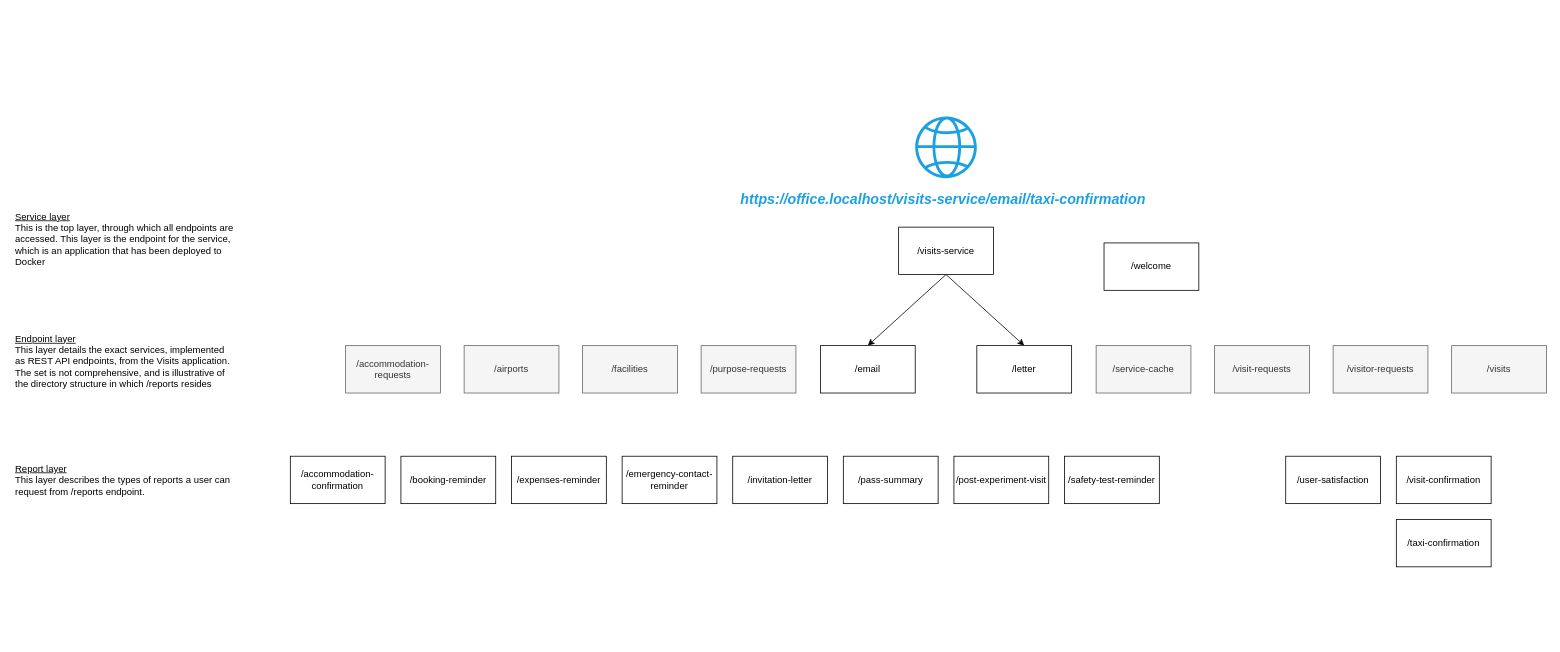
The draw.io diagram Service URL hierarchy.drawio in ambolt314/FinalProjectDesign, before the edit. Source tidied: cells renumbered, new cells numbered last; positions are measured from the earlier drawing's top-left corner, leaving out a move shared by most shapes. Both pictures are drawn from the tidied source at 79%, with x=0, y=0 at pixel (13, 116).
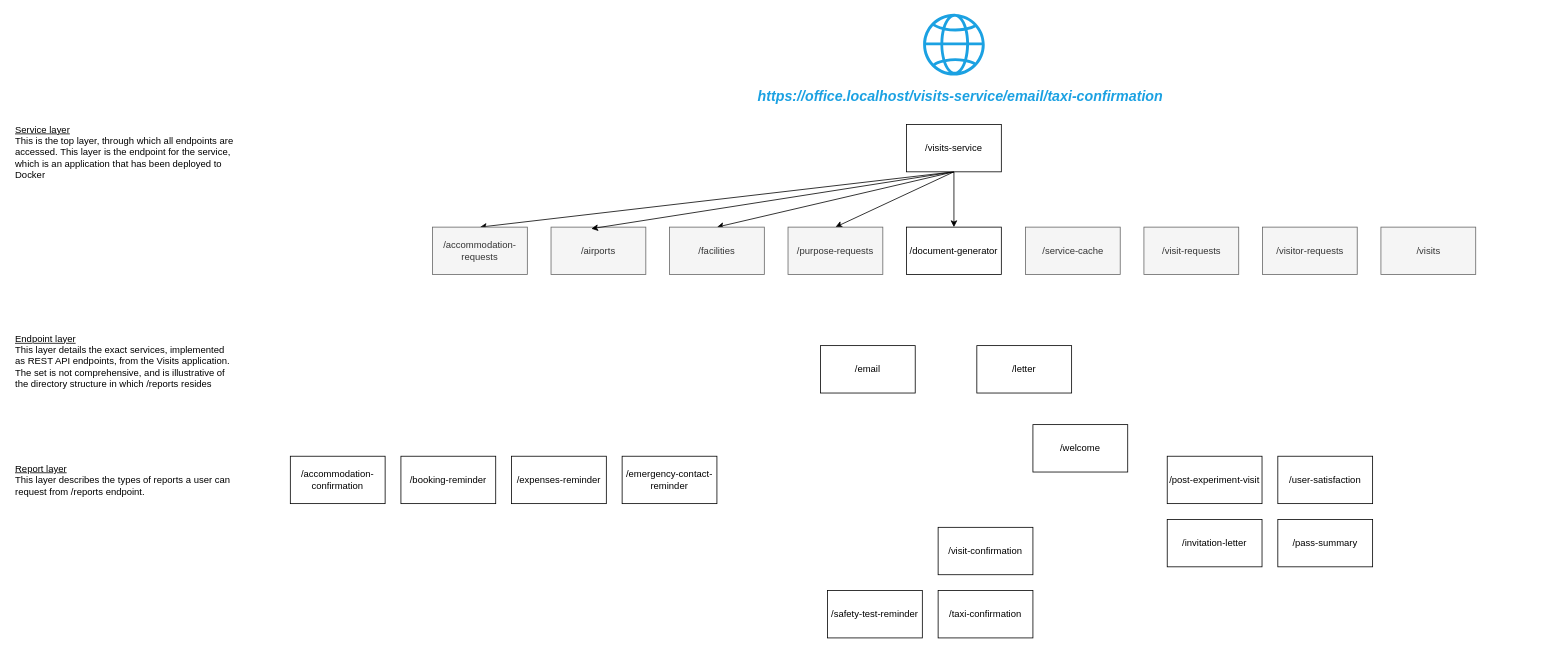
The same diagram, later.

Commit message:
Added intermediate layer

Unchanged cells that the change refers to:
```xml
<mxCell id="6" value="/email" style="rounded=0;whiteSpace=wrap;html=1;" parent="1" vertex="1">
  <mxGeometry x="1021" y="290" width="120" height="60" as="geometry" />
</mxCell>
<mxCell id="31" value="&lt;div&gt;/letter&lt;/div&gt;" style="rounded=0;whiteSpace=wrap;html=1;" parent="1" vertex="1">
  <mxGeometry x="1219" y="290" width="120" height="60" as="geometry" />
</mxCell>
```

What changed in the source:
```diff
@@
-    <mxCell id="2" style="edgeStyle=none;rounded=0;jettySize=auto;html=1;entryX=0.5;entryY=0;entryDx=0;entryDy=0;exitX=0.5;exitY=1;exitDx=0;exitDy=0;" parent="1" edge="1" source="4" target="6">
-      <mxGeometry relative="1" as="geometry" />
-    </mxCell>
-    <mxCell id="3" style="edgeStyle=none;rounded=0;jettySize=auto;html=1;entryX=0.5;entryY=0;entryDx=0;entryDy=0;exitX=0.5;exitY=1;exitDx=0;exitDy=0;" parent="1" edge="1" source="4" target="31">
-      <mxGeometry relative="1" as="geometry" />
-    </mxCell>
+    <mxCell id="32" style="edgeStyle=none;rounded=0;jettySize=auto;html=1;" parent="1" edge="1" source="4" target="36">
+      <mxGeometry relative="1" as="geometry" />
+    </mxCell>
+    <mxCell id="33" style="edgeStyle=none;rounded=0;jettySize=auto;html=1;entryX=0.5;entryY=0;entryDx=0;entryDy=0;exitX=0.5;exitY=1;exitDx=0;exitDy=0;" parent="1" edge="1" source="4" target="11">
+      <mxGeometry relative="1" as="geometry" />
+    </mxCell>
+    <mxCell id="34" style="edgeStyle=none;rounded=0;jettySize=auto;html=1;entryX=0.5;entryY=0;entryDx=0;entryDy=0;exitX=0.5;exitY=1;exitDx=0;exitDy=0;" parent="1" edge="1" source="4" target="10">
+      <mxGeometry relative="1" as="geometry" />
+    </mxCell>
+    <mxCell id="35" style="edgeStyle=none;rounded=0;jettySize=auto;html=1;entryX=0.5;entryY=0;entryDx=0;entryDy=0;exitX=0.5;exitY=1;exitDx=0;exitDy=0;" parent="1" edge="1" source="4" target="9">
+      <mxGeometry relative="1" as="geometry" />
+    </mxCell>
     <mxCell id="4" value="/visits-service" style="rounded=0;whiteSpace=wrap;html=1;" parent="1" vertex="1">
-      <mxGeometry x="1120" y="140" width="120" height="60" as="geometry" />
+      <mxGeometry x="1130" y="10" width="120" height="60" as="geometry" />
     </mxCell>
     <mxCell id="5" value="/airports" style="rounded=0;whiteSpace=wrap;html=1;fillColor=#f5f5f5;fontColor=#333333;strokeColor=#666666;" parent="1" vertex="1">
-      <mxGeometry x="570" y="290" width="120" height="60" as="geometry" />
+      <mxGeometry x="680" y="140" width="120" height="60" as="geometry" />
     </mxCell>
@@
     <mxCell id="7" value="/visit-confirmation" style="rounded=0;whiteSpace=wrap;html=1;" parent="1" vertex="1">
-      <mxGeometry x="1750" y="430" width="120" height="60" as="geometry" />
+      <mxGeometry x="1170" y="520" width="120" height="60" as="geometry" />
     </mxCell>
     <mxCell id="8" value="/visit-requests" style="rounded=0;whiteSpace=wrap;html=1;fillColor=#f5f5f5;fontColor=#333333;strokeColor=#666666;" parent="1" vertex="1">
-      <mxGeometry x="1520" y="290" width="120" height="60" as="geometry" />
+      <mxGeometry x="1430.5" y="140" width="120" height="60" as="geometry" />
     </mxCell>
     <mxCell id="9" value="/accommodation-requests" style="rounded=0;whiteSpace=wrap;html=1;fillColor=#f5f5f5;fontColor=#333333;strokeColor=#666666;" parent="1" vertex="1">
-      <mxGeometry x="420" y="290" width="120" height="60" as="geometry" />
+      <mxGeometry x="530" y="140" width="120" height="60" as="geometry" />
     </mxCell>
     <mxCell id="10" value="/facilities" style="rounded=0;whiteSpace=wrap;html=1;fillColor=#f5f5f5;fontColor=#333333;strokeColor=#666666;" parent="1" vertex="1">
-      <mxGeometry x="720" y="290" width="120" height="60" as="geometry" />
+      <mxGeometry x="830" y="140" width="120" height="60" as="geometry" />
     </mxCell>
     <mxCell id="11" value="/purpose-requests" style="rounded=0;whiteSpace=wrap;html=1;fillColor=#f5f5f5;fontColor=#333333;strokeColor=#666666;" parent="1" vertex="1">
-      <mxGeometry x="870" y="290" width="120" height="60" as="geometry" />
+      <mxGeometry x="980" y="140" width="120" height="60" as="geometry" />
     </mxCell>
     <mxCell id="12" value="/service-cache" style="rounded=0;whiteSpace=wrap;html=1;fillColor=#f5f5f5;fontColor=#333333;strokeColor=#666666;" parent="1" vertex="1">
-      <mxGeometry x="1370" y="290" width="120" height="60" as="geometry" />
+      <mxGeometry x="1280.5" y="140" width="120" height="60" as="geometry" />
     </mxCell>
     <mxCell id="13" value="/visitor-requests" style="rounded=0;whiteSpace=wrap;html=1;fillColor=#f5f5f5;fontColor=#333333;strokeColor=#666666;" parent="1" vertex="1">
-      <mxGeometry x="1670" y="290" width="120" height="60" as="geometry" />
+      <mxGeometry x="1580.5" y="140" width="120" height="60" as="geometry" />
     </mxCell>
     <mxCell id="14" value="/visits" style="rounded=0;whiteSpace=wrap;html=1;fillColor=#f5f5f5;fontColor=#333333;strokeColor=#666666;" parent="1" vertex="1">
-      <mxGeometry x="1820" y="290" width="120" height="60" as="geometry" />
+      <mxGeometry x="1730.5" y="140" width="120" height="60" as="geometry" />
     </mxCell>
     <mxCell id="15" value="/taxi-confirmation" style="rounded=0;whiteSpace=wrap;html=1;" parent="1" vertex="1">
-      <mxGeometry x="1750" y="510" width="120" height="60" as="geometry" />
+      <mxGeometry x="1170" y="600" width="120" height="60" as="geometry" />
     </mxCell>
@@
     <mxCell id="17" value="&lt;div align=&quot;left&quot;&gt;&lt;u&gt;Service layer&lt;/u&gt;&lt;/div&gt;&lt;div align=&quot;left&quot;&gt;This is the top layer, through which all endpoints are accessed. This layer is the endpoint for the service, which is an application that has been deployed to Docker&lt;br&gt;&lt;/div&gt;" style="text;html=1;align=left;verticalAlign=middle;whiteSpace=wrap;rounded=0;" parent="1" vertex="1">
-      <mxGeometry y="140" width="280" height="30" as="geometry" />
+      <mxGeometry y="30" width="280" height="30" as="geometry" />
     </mxCell>
@@
     <mxCell id="21" value="&lt;div align=&quot;left&quot;&gt;&lt;font color=&quot;#1ba1e2&quot;&gt;&lt;i&gt;&lt;font style=&quot;font-size: 18px;&quot;&gt;&lt;b&gt;https://office.localhost/visits-service/email/taxi-confirmation&lt;/b&gt;&lt;/font&gt;&lt;/i&gt;&lt;/font&gt;&lt;/div&gt;" style="text;html=1;align=left;verticalAlign=middle;whiteSpace=wrap;rounded=0;" parent="1" vertex="1">
-      <mxGeometry x="917.5" y="90" width="525" height="30" as="geometry" />
+      <mxGeometry x="940" y="-40" width="525" height="30" as="geometry" />
     </mxCell>
@@
     <mxCell id="23" value="/invitation-letter" style="rounded=0;whiteSpace=wrap;html=1;" parent="1" vertex="1">
-      <mxGeometry x="910" y="430" width="120" height="60" as="geometry" />
+      <mxGeometry x="1460" y="510" width="120" height="60" as="geometry" />
     </mxCell>
     <mxCell id="24" value="/pass-summary" style="rounded=0;whiteSpace=wrap;html=1;" parent="1" vertex="1">
-      <mxGeometry x="1050" y="430" width="120" height="60" as="geometry" />
+      <mxGeometry x="1600" y="510" width="120" height="60" as="geometry" />
     </mxCell>
     <mxCell id="25" value="/post-experiment-visit" style="rounded=0;whiteSpace=wrap;html=1;" parent="1" vertex="1">
-      <mxGeometry x="1190" y="430" width="120" height="60" as="geometry" />
+      <mxGeometry x="1460" y="430" width="120" height="60" as="geometry" />
     </mxCell>
     <mxCell id="26" value="/safety-test-reminder" style="rounded=0;whiteSpace=wrap;html=1;" parent="1" vertex="1">
-      <mxGeometry x="1330" y="430" width="120" height="60" as="geometry" />
+      <mxGeometry x="1030" y="600" width="120" height="60" as="geometry" />
     </mxCell>
@@
     <mxCell id="28" value="/user-satisfaction" style="rounded=0;whiteSpace=wrap;html=1;" parent="1" vertex="1">
-      <mxGeometry x="1610" y="430" width="120" height="60" as="geometry" />
+      <mxGeometry x="1600" y="430" width="120" height="60" as="geometry" />
     </mxCell>
     <mxCell id="29" value="/welcome" style="rounded=0;whiteSpace=wrap;html=1;" parent="1" vertex="1">
-      <mxGeometry x="1380" y="160" width="120" height="60" as="geometry" />
+      <mxGeometry x="1290" y="390" width="120" height="60" as="geometry" />
     </mxCell>
     <mxCell id="30" style="sketch=0;fillColor=#1BA1E2;strokeColor=#006EAF;dashed=0;verticalLabelPosition=bottom;verticalAlign=top;align=center;html=1;fontSize=12;fontStyle=0;shape=mxgraph.aws4.globe;fontColor=#ffffff;" parent="1" vertex="1">
-      <mxGeometry x="1141" width="78" height="78" as="geometry" />
+      <mxGeometry x="1151" y="-130" width="78" height="78" as="geometry" />
     </mxCell>
@@
+    <mxCell id="36" value="&lt;div&gt;/document-generator&lt;/div&gt;" style="rounded=0;whiteSpace=wrap;html=1;" parent="1" vertex="1">
+      <mxGeometry x="1130" y="140" width="120" height="60" as="geometry" />
+    </mxCell>
+    <mxCell id="37" style="edgeStyle=none;rounded=0;jettySize=auto;html=1;entryX=0.425;entryY=0.033;entryDx=0;entryDy=0;entryPerimeter=0;exitX=0.5;exitY=1;exitDx=0;exitDy=0;" parent="1" edge="1" source="4" target="5">
+      <mxGeometry relative="1" as="geometry" />
+    </mxCell>
```
